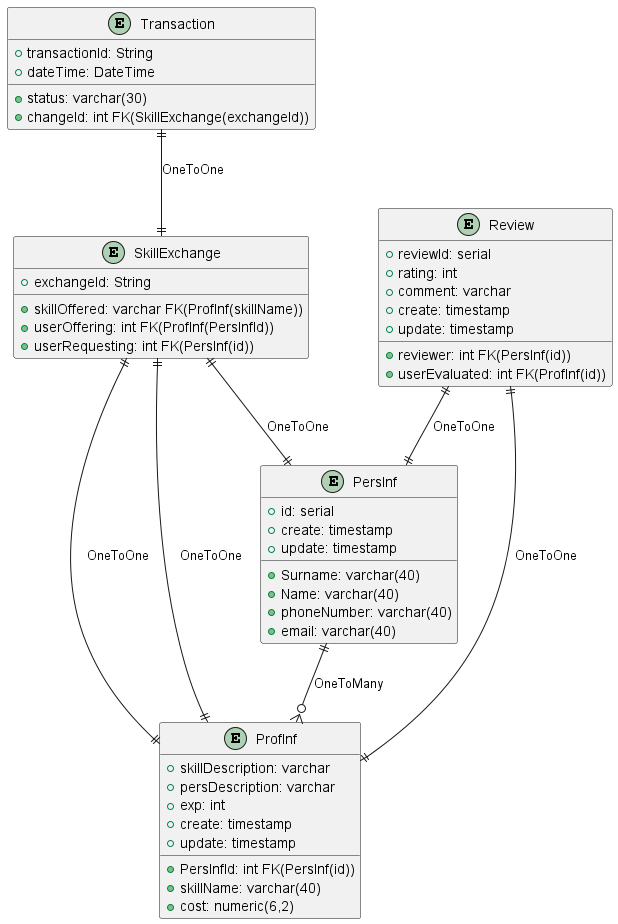
The PlantUML diagram img/ERDDiagram.png in Xastt/SkillSwap, before a commit.
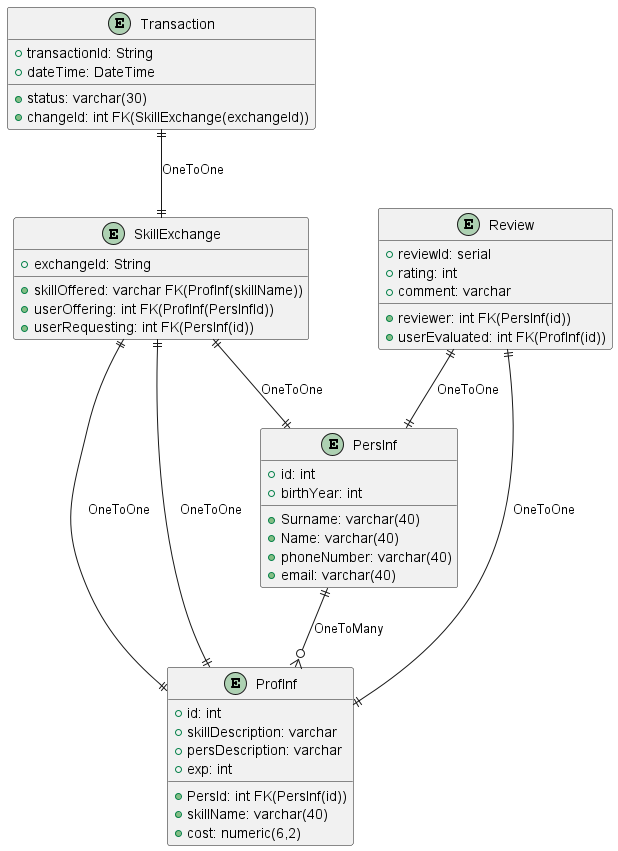
The same file after the commit.

What changed in the source:
```diff
@@ -1,24 +1,22 @@
 @startuml
 
 entity PersInf {
-    +id: serial
+    +id: int
     +Surname: varchar(40)
     +Name: varchar(40)
+    +birthYear: int
     +phoneNumber: varchar(40)
     +email: varchar(40)
-    +create: timestamp
-    +update: timestamp
 }
 
 entity ProfInf {
-    +PersInfId: int FK(PersInf(id))
+    +id: int
+    +PersId: int FK(PersInf(id))
     +skillName: varchar(40)
     +skillDescription: varchar
     +cost: numeric(6,2)
     +persDescription: varchar
     +exp: int
-    +create: timestamp
-    +update: timestamp
 }
 
 entity SkillExchange{
@@ -34,8 +32,6 @@
     +comment: varchar
     +reviewer: int FK(PersInf(id))
     +userEvaluated: int FK(ProfInf(id))
-    +create: timestamp
-    +update: timestamp
 }
 
 entity Transaction {
```
